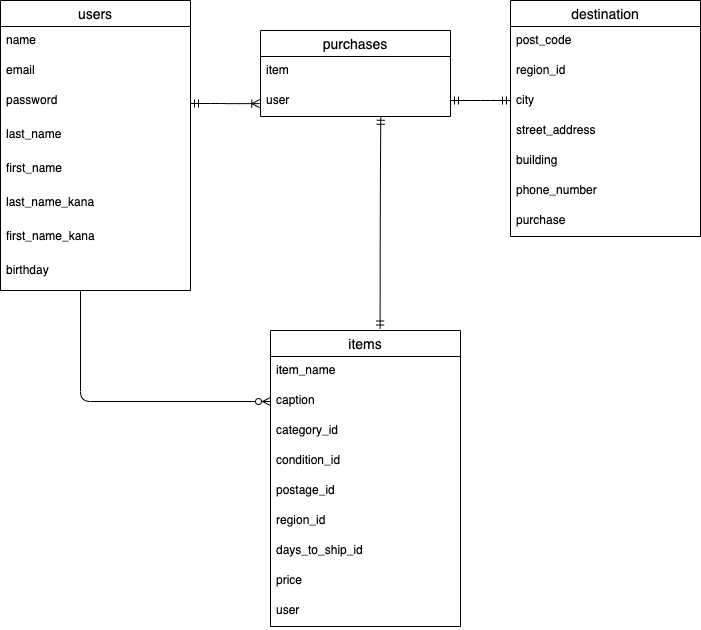
Above: furima_ER図.png in ShozoKurie/furima-39691 (draw.io), before the change. Source tidied: cells renumbered, new cells last; positions are measured from the earlier drawing's top-left corner, leaving out a move shared by most shapes.
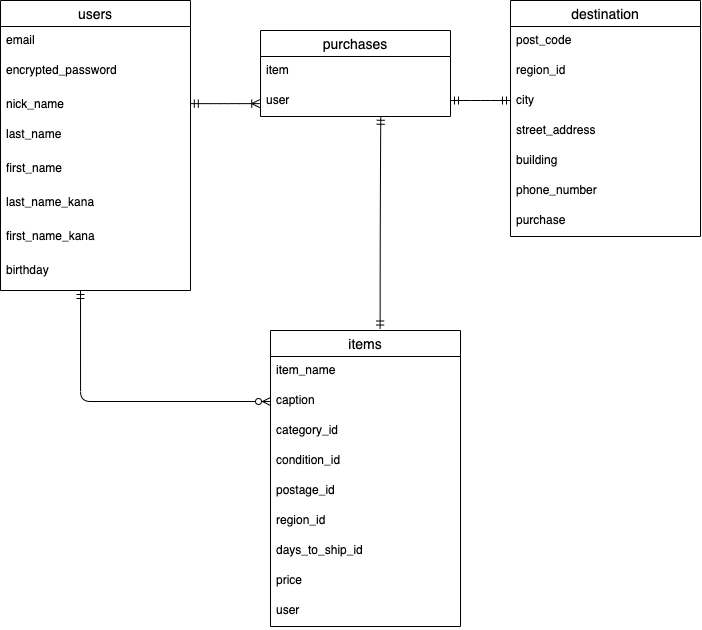
Later version of the same file.

Commit message:
readmeとER図の修正

Change to the diagram source:
```diff
@@ -5,15 +5,15 @@
     <mxCell id="2" value="users" style="swimlane;fontStyle=0;horizontal=1;startSize=26;align=center;fontSize=14;" parent="1" vertex="1">
       <mxGeometry width="190" height="290" as="geometry" />
     </mxCell>
-    <mxCell id="3" value="name" style="text;strokeColor=none;fillColor=none;spacingLeft=4;spacingRight=4;overflow=hidden;points=[[0,0.5],[1,0.5]];portConstraint=eastwest;fontSize=12;" parent="2" vertex="1">
-      <mxGeometry y="26" width="190" height="30" as="geometry" />
-    </mxCell>
     <mxCell id="4" value="email" style="text;strokeColor=none;fillColor=none;spacingLeft=4;spacingRight=4;overflow=hidden;fontSize=12;" parent="2" vertex="1">
-      <mxGeometry y="56" width="190" height="30" as="geometry" />
+      <mxGeometry y="26" width="190" height="30" as="geometry" />
     </mxCell>
-    <mxCell id="5" value="password" style="text;strokeColor=none;fillColor=none;spacingLeft=4;spacingRight=4;overflow=hidden;points=[[0,0.5],[1,0.5]];portConstraint=eastwest;fontSize=12;" parent="2" vertex="1">
-      <mxGeometry y="86" width="190" height="34" as="geometry" />
+    <mxCell id="5" value="encrypted_password" style="text;strokeColor=none;fillColor=none;spacingLeft=4;spacingRight=4;overflow=hidden;points=[[0,0.5],[1,0.5]];portConstraint=eastwest;fontSize=12;" parent="2" vertex="1">
+      <mxGeometry y="56" width="190" height="34" as="geometry" />
     </mxCell>
+    <mxCell id="3" value="nick_name" style="text;strokeColor=none;fillColor=none;spacingLeft=4;spacingRight=4;overflow=hidden;points=[[0,0.5],[1,0.5]];portConstraint=eastwest;fontSize=12;" parent="2" vertex="1">
+      <mxGeometry y="90" width="190" height="30" as="geometry" />
+    </mxCell>
     <mxCell id="6" value="last_name" style="text;strokeColor=none;fillColor=none;spacingLeft=4;spacingRight=4;overflow=hidden;fontSize=12;" parent="2" vertex="1">
       <mxGeometry y="120" width="190" height="34" as="geometry" />
     </mxCell>
@@ -83,12 +83,12 @@
     <mxCell id="28" value="purchase" style="text;strokeColor=none;fillColor=none;spacingLeft=4;spacingRight=4;overflow=hidden;fontSize=12;" parent="21" vertex="1">
       <mxGeometry y="206" width="190" height="30" as="geometry" />
     </mxCell>
-    <mxCell id="29" style="edgeStyle=entityRelationEdgeStyle;fontSize=12;html=1;endArrow=ERoneToMany;startArrow=ERmandOne;exitX=1;exitY=0.5;exitDx=0;exitDy=0;entryX=-0.004;entryY=0.571;entryDx=0;entryDy=0;entryPerimeter=0;" parent="1" edge="1" source="5">
+    <mxCell id="29" style="edgeStyle=entityRelationEdgeStyle;fontSize=12;html=1;endArrow=ERoneToMany;startArrow=ERmandOne;exitX=0.999;exitY=0.438;exitDx=0;exitDy=0;entryX=-0.004;entryY=0.571;entryDx=0;entryDy=0;entryPerimeter=0;exitPerimeter=0;" parent="1" edge="1" source="3">
       <mxGeometry relative="1" as="geometry">
         <mxPoint x="259.2" y="103.1" as="targetPoint" />
       </mxGeometry>
     </mxCell>
-    <mxCell id="30" style="edgeStyle=orthogonalEdgeStyle;fontSize=12;html=1;endArrow=ERzeroToMany;endFill=1;entryX=0;entryY=0.5;entryDx=0;entryDy=0;exitX=0.421;exitY=1;exitDx=0;exitDy=0;exitPerimeter=0;" parent="1" edge="1" source="10" target="13">
+    <mxCell id="30" style="edgeStyle=orthogonalEdgeStyle;fontSize=12;html=1;endArrow=ERzeroToMany;endFill=1;entryX=0;entryY=0.5;entryDx=0;entryDy=0;exitX=0.421;exitY=1;exitDx=0;exitDy=0;exitPerimeter=0;startArrow=ERmandOne;startFill=0;" parent="1" edge="1" source="10" target="13">
       <mxGeometry relative="1" as="geometry" />
     </mxCell>
     <mxCell id="31" value="purchases" style="swimlane;fontStyle=0;horizontal=1;startSize=26;align=center;fontSize=14;" parent="1" vertex="1">
```
